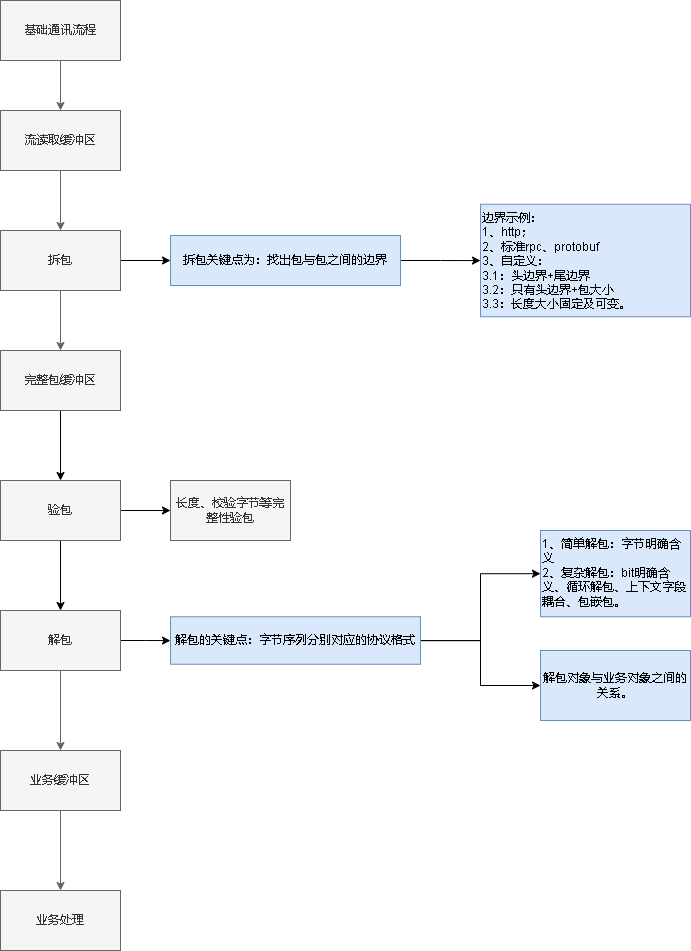
Above: cgo8_通讯设计.drawio.png in xktder/draw (draw.io), before the change. Source tidied: cells renumbered, new cells last; positions are measured from the earlier drawing's top-left corner, leaving out a move shared by most shapes.
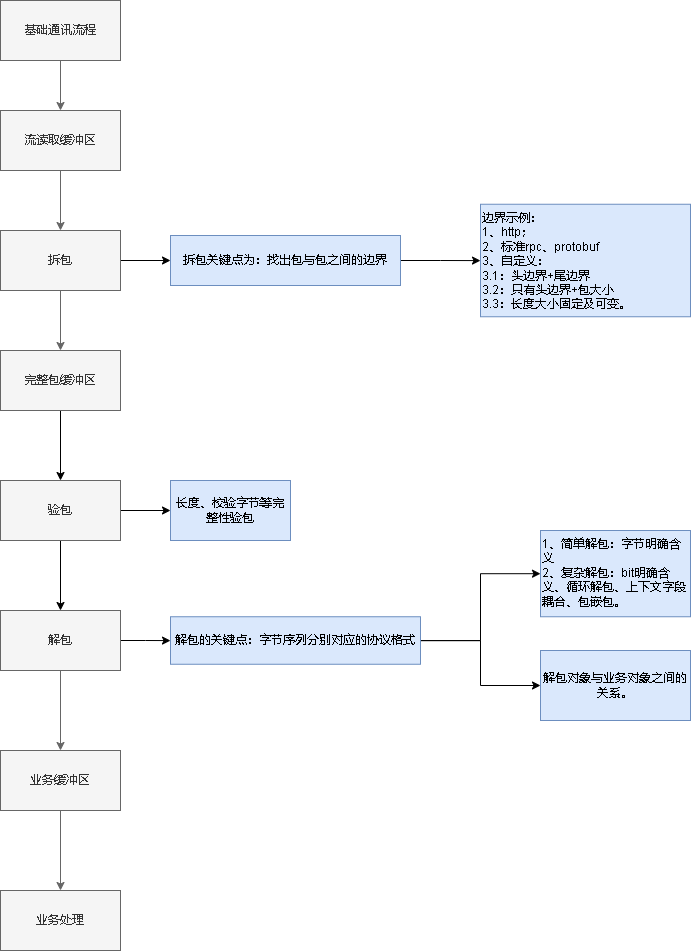
The same file after the commit.

Commit message:
更新cgo8_通讯设计.drawio.png

Change to the diagram source:
```diff
@@ -80,7 +80,7 @@
     <mxCell id="27" value="解包对象与业务对象之间的关系。" style="whiteSpace=wrap;html=1;rounded=0;fillColor=#dae8fc;strokeColor=#6c8ebf;" parent="1" vertex="1">
       <mxGeometry x="540" y="650" width="150" height="70" as="geometry" />
     </mxCell>
-    <mxCell id="28" value="长度、校验字节等完整性验包" style="whiteSpace=wrap;html=1;rounded=0;fillColor=#f5f5f5;fontColor=#333333;strokeColor=#666666;" parent="1" vertex="1">
+    <mxCell id="28" value="长度、校验字节等完整性验包" style="whiteSpace=wrap;html=1;rounded=0;fillColor=#dae8fc;strokeColor=#6c8ebf;" parent="1" vertex="1">
       <mxGeometry x="170" y="480" width="120" height="60" as="geometry" />
     </mxCell>
   </root>
```
